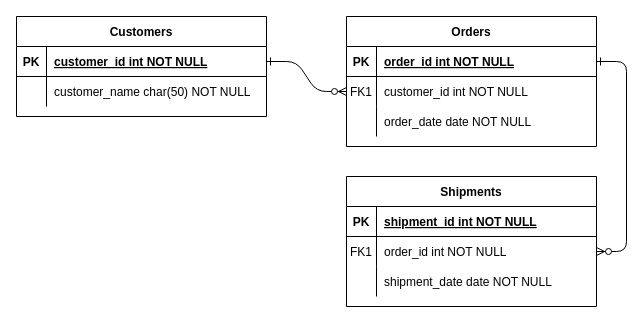
Before: shared-materials/hello-world-examples/erd/ERD-demo.drawio in wsysuper/chikounavi, a draw.io diagram. Source tidied: cells renumbered, new cells numbered last; positions are measured from the earlier drawing's top-left corner, leaving out a move shared by most shapes. Both pictures are drawn from the tidied source at 100%, with x=0, y=0 at pixel (16, 16).
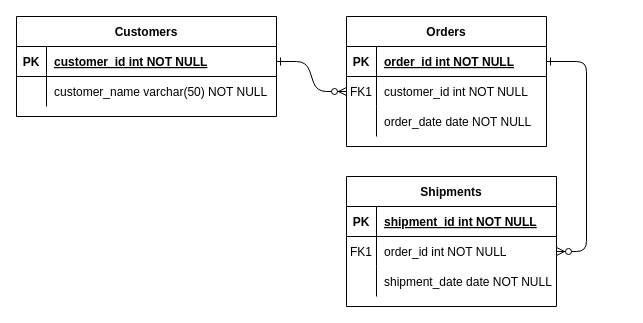
The same diagram, later.

What changed in the source:
```diff
@@
     <mxCell id="4" value="Orders" style="shape=table;startSize=30;childLayout=tableLayout;rowLines=0;fontStyle=1;align=center;" parent="1" vertex="1">
-      <mxGeometry x="330" width="250" height="130" as="geometry" />
+      <mxGeometry x="330" width="200" height="130" as="geometry" />
     </mxCell>
     <mxCell id="5" style="shape=partialRectangle;fillColor=none;points=[[0,0.5],[1,0.5]];portConstraint=eastwest;top=0;left=0;right=0;bottom=1;" parent="4" vertex="1">
-      <mxGeometry y="30" width="250" height="30" as="geometry" />
+      <mxGeometry y="30" width="200" height="30" as="geometry" />
     </mxCell>
@@
     <mxCell id="7" value="order_id int NOT NULL " style="shape=partialRectangle;overflow=hidden;fillColor=none;top=0;left=0;bottom=0;right=0;align=left;spacingLeft=6;fontStyle=5;" parent="5" vertex="1">
-      <mxGeometry x="30" width="220" height="30" as="geometry" />
+      <mxGeometry x="30" width="170" height="30" as="geometry" />
     </mxCell>
     <mxCell id="8" style="shape=partialRectangle;fillColor=none;points=[[0,0.5],[1,0.5]];portConstraint=eastwest;top=0;left=0;right=0;bottom=0;" parent="4" vertex="1">
-      <mxGeometry y="60" width="250" height="30" as="geometry" />
+      <mxGeometry y="60" width="200" height="30" as="geometry" />
     </mxCell>
@@
     <mxCell id="10" value="customer_id int NOT NULL" style="shape=partialRectangle;overflow=hidden;fillColor=none;top=0;left=0;bottom=0;right=0;align=left;spacingLeft=6;" parent="8" vertex="1">
-      <mxGeometry x="30" width="220" height="30" as="geometry" />
+      <mxGeometry x="30" width="170" height="30" as="geometry" />
     </mxCell>
     <mxCell id="11" style="shape=partialRectangle;fillColor=none;top=0;left=0;right=0;bottom=0;" parent="4" vertex="1">
-      <mxGeometry y="90" width="250" height="30" as="geometry" />
+      <mxGeometry y="90" width="200" height="30" as="geometry" />
     </mxCell>
@@
     <mxCell id="13" value="order_date date NOT NULL" style="shape=partialRectangle;overflow=hidden;fillColor=none;top=0;left=0;bottom=0;right=0;align=left;spacingLeft=6;" parent="11" vertex="1">
-      <mxGeometry x="30" width="220" height="30" as="geometry" />
+      <mxGeometry x="30" width="170" height="30" as="geometry" />
     </mxCell>
     <mxCell id="14" value="Shipments" style="shape=table;startSize=30;childLayout=tableLayout;rowLines=0;fontStyle=1;align=center;" parent="1" vertex="1">
-      <mxGeometry x="330" y="160" width="250" height="130" as="geometry" />
+      <mxGeometry x="330" y="160" width="210" height="130" as="geometry" />
     </mxCell>
     <mxCell id="15" style="shape=partialRectangle;fillColor=none;top=0;left=0;right=0;bottom=1;" parent="14" vertex="1">
-      <mxGeometry y="30" width="250" height="30" as="geometry" />
+      <mxGeometry y="30" width="210" height="30" as="geometry" />
     </mxCell>
@@
     <mxCell id="17" value="shipment_id int NOT NULL " style="shape=partialRectangle;overflow=hidden;fillColor=none;top=0;left=0;bottom=0;right=0;align=left;spacingLeft=6;fontStyle=5;" parent="15" vertex="1">
-      <mxGeometry x="30" width="220" height="30" as="geometry" />
+      <mxGeometry x="30" width="180" height="30" as="geometry" />
     </mxCell>
     <mxCell id="18" style="shape=partialRectangle;fillColor=none;points=[[0,0.5],[1,0.5]];portConstraint=eastwest;top=0;left=0;right=0;bottom=0;" parent="14" vertex="1">
-      <mxGeometry y="60" width="250" height="30" as="geometry" />
+      <mxGeometry y="60" width="210" height="30" as="geometry" />
     </mxCell>
@@
     <mxCell id="20" value="order_id int NOT NULL" style="shape=partialRectangle;overflow=hidden;fillColor=none;top=0;left=0;bottom=0;right=0;align=left;spacingLeft=6;" parent="18" vertex="1">
-      <mxGeometry x="30" width="220" height="30" as="geometry" />
+      <mxGeometry x="30" width="180" height="30" as="geometry" />
     </mxCell>
     <mxCell id="21" style="shape=partialRectangle;fillColor=none;top=0;left=0;right=0;bottom=0;" parent="14" vertex="1">
-      <mxGeometry y="90" width="250" height="30" as="geometry" />
+      <mxGeometry y="90" width="210" height="30" as="geometry" />
     </mxCell>
@@
     <mxCell id="23" value="shipment_date date NOT NULL" style="shape=partialRectangle;overflow=hidden;fillColor=none;top=0;left=0;bottom=0;right=0;align=left;spacingLeft=6;" parent="21" vertex="1">
-      <mxGeometry x="30" width="220" height="30" as="geometry" />
+      <mxGeometry x="30" width="180" height="30" as="geometry" />
     </mxCell>
     <mxCell id="24" value="Customers" style="shape=table;startSize=30;childLayout=tableLayout;rowLines=0;fontStyle=1;align=center;" parent="1" vertex="1">
-      <mxGeometry width="250" height="100" as="geometry" />
+      <mxGeometry width="260" height="100" as="geometry" />
     </mxCell>
     <mxCell id="25" style="shape=partialRectangle;fillColor=none;points=[[0,0.5],[1,0.5]];portConstraint=eastwest;top=0;left=0;right=0;bottom=1;" parent="24" vertex="1">
-      <mxGeometry y="30" width="250" height="30" as="geometry" />
+      <mxGeometry y="30" width="260" height="30" as="geometry" />
     </mxCell>
@@
     <mxCell id="27" value="customer_id int NOT NULL " style="shape=partialRectangle;overflow=hidden;fillColor=none;top=0;left=0;bottom=0;right=0;align=left;spacingLeft=6;fontStyle=5;" parent="25" vertex="1">
-      <mxGeometry x="30" width="220" height="30" as="geometry" />
+      <mxGeometry x="30" width="230" height="30" as="geometry" />
     </mxCell>
     <mxCell id="28" style="shape=partialRectangle;fillColor=none;top=0;left=0;right=0;bottom=0;" parent="24" vertex="1">
-      <mxGeometry y="60" width="250" height="30" as="geometry" />
+      <mxGeometry y="60" width="260" height="30" as="geometry" />
     </mxCell>
@@
-    <mxCell id="30" value="customer_name char(50) NOT NULL" style="shape=partialRectangle;overflow=hidden;fillColor=none;top=0;left=0;bottom=0;right=0;align=left;spacingLeft=6;" parent="28" vertex="1">
-      <mxGeometry x="30" width="220" height="30" as="geometry" />
+    <mxCell id="30" value="customer_name varchar(50) NOT NULL" style="shape=partialRectangle;overflow=hidden;fillColor=none;top=0;left=0;bottom=0;right=0;align=left;spacingLeft=6;" parent="28" vertex="1">
+      <mxGeometry x="30" width="230" height="30" as="geometry" />
     </mxCell>
```
